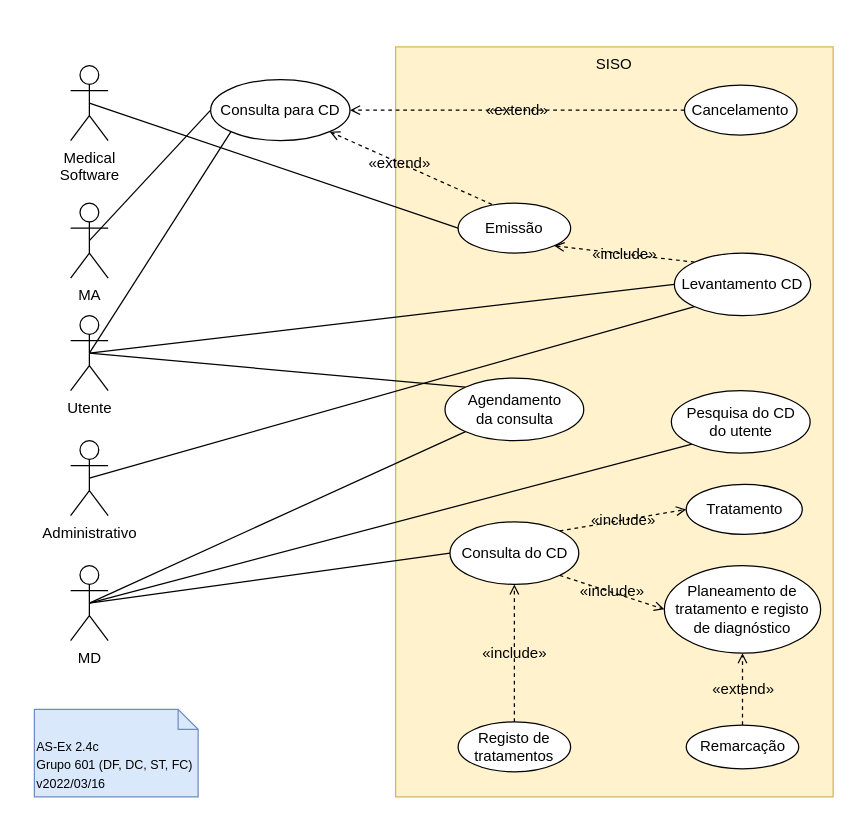
Before: page "2.4c" (3 of 3) of P/P2/P2.drawio in DavidAraujo98/AS, a draw.io diagram. Source tidied: cells renumbered, new cells numbered last; positions are measured from the earlier drawing's top-left corner, leaving out a move shared by most shapes. Both pictures are drawn from the tidied source at 125%, with x=0, y=0 at pixel (34, 46).
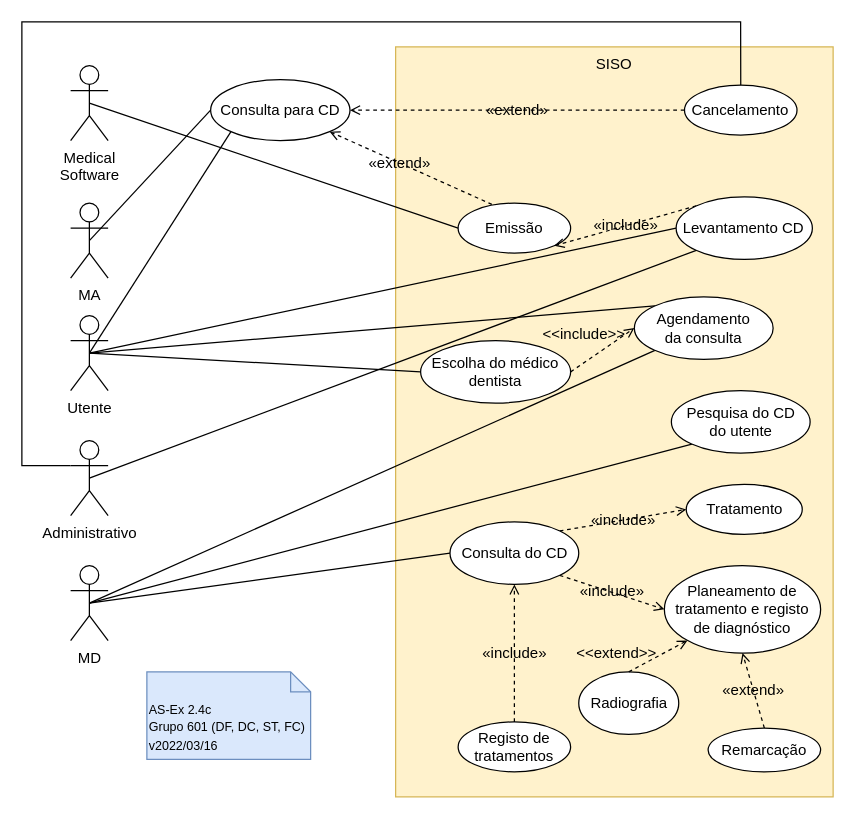
The same page after the edit.

The change refers to these unchanged cells:
```xml
<mxCell id="12" value="Utente" style="shape=umlActor;verticalLabelPosition=bottom;verticalAlign=top;html=1;outlineConnect=0;" parent="1" vertex="1">
  <mxGeometry x="29" y="215" width="30" height="60" as="geometry" />
</mxCell>
<mxCell id="18" value="Administrativo" style="shape=umlActor;verticalLabelPosition=bottom;verticalAlign=top;html=1;outlineConnect=0;fontSize=12;" parent="1" vertex="1">
  <mxGeometry x="29" y="315" width="30" height="60" as="geometry" />
</mxCell>
<mxCell id="21" value="Cancelamento" style="ellipse;whiteSpace=wrap;html=1;fontSize=12;" parent="1" vertex="1">
  <mxGeometry x="520.1" y="30.6" width="90" height="40" as="geometry" />
</mxCell>
<mxCell id="26" value="Planeamento de tratamento e registo de diagnóstico" style="ellipse;whiteSpace=wrap;html=1;fontSize=12;" parent="1" vertex="1">
  <mxGeometry x="504" y="415" width="125" height="70" as="geometry" />
</mxCell>
```

Change to the diagram source:
```diff
@@
     <mxCell id="23" value="Levantamento CD" style="ellipse;whiteSpace=wrap;html=1;fontSize=12;" parent="1" vertex="1">
-      <mxGeometry x="512" y="165" width="109" height="50" as="geometry" />
+      <mxGeometry x="513.4" y="120" width="109" height="50" as="geometry" />
     </mxCell>
     <mxCell id="24" value="Agendamento&lt;br&gt;da consulta" style="ellipse;whiteSpace=wrap;html=1;fontSize=12;" parent="1" vertex="1">
-      <mxGeometry x="328.5" y="265" width="111" height="50" as="geometry" />
+      <mxGeometry x="480" y="200" width="111" height="50" as="geometry" />
     </mxCell>
@@
     <mxCell id="34" value="Remarcação" style="ellipse;whiteSpace=wrap;html=1;fontSize=12;" parent="1" vertex="1">
-      <mxGeometry x="521.5" y="542.5" width="90" height="35" as="geometry" />
+      <mxGeometry x="539" y="545" width="90" height="35" as="geometry" />
     </mxCell>
     <mxCell id="35" value="&lt;font style=&quot;font-size: 10px&quot;&gt;AS-Ex 2.4c&lt;br&gt;Grupo 601 (DF, DC, ST, FC)&lt;br&gt;v2022/03/16&lt;/font&gt;" style="shape=note2;boundedLbl=1;whiteSpace=wrap;html=1;size=16;verticalAlign=top;align=left;fillColor=#dae8fc;strokeColor=#6c8ebf;" parent="1" vertex="1">
-      <mxGeometry y="530" width="131" height="70" as="geometry" />
+      <mxGeometry x="90" y="500" width="131" height="70" as="geometry" />
     </mxCell>
+    <mxCell id="36" value="Escolha do médico dentista" style="ellipse;whiteSpace=wrap;html=1;fontSize=12;" parent="1" vertex="1">
+      <mxGeometry x="309" y="235" width="120" height="50" as="geometry" />
+    </mxCell>
+    <mxCell id="37" style="endArrow=none;html=1;rounded=0;fontSize=12;exitX=0.5;exitY=0.5;exitDx=0;exitDy=0;exitPerimeter=0;entryX=0;entryY=0.5;entryDx=0;entryDy=0;" parent="1" edge="1" source="12" target="36">
+      <mxGeometry relative="1" as="geometry" />
+    </mxCell>
+    <mxCell id="38" style="endArrow=open;html=1;rounded=0;dashed=1;fontSize=12;exitX=1;exitY=0.5;exitDx=0;exitDy=0;entryX=0;entryY=0.5;entryDx=0;entryDy=0;endFill=0;" parent="1" edge="1" source="36" target="24">
+      <mxGeometry relative="1" as="geometry" />
+    </mxCell>
+    <mxCell id="39" value="&amp;lt;&amp;lt;include&amp;gt;&amp;gt;" style="text;html=1;strokeColor=none;fillColor=none;align=center;verticalAlign=middle;whiteSpace=wrap;rounded=0;fontSize=12;" parent="1" vertex="1">
+      <mxGeometry x="410" y="215" width="60" height="30" as="geometry" />
+    </mxCell>
+    <mxCell id="40" style="endArrow=none;html=1;rounded=0;fontSize=12;exitX=0;exitY=0.3333333333333333;exitDx=0;exitDy=0;exitPerimeter=0;entryX=0.5;entryY=0;entryDx=0;entryDy=0;" parent="1" edge="1" source="18" target="21">
+      <mxGeometry relative="1" as="geometry">
+        <Array as="points">
+          <mxPoint x="-10" y="335" />
+          <mxPoint x="-10" y="-20" />
+          <mxPoint x="565" y="-20" />
+        </Array>
+      </mxGeometry>
+    </mxCell>
+    <mxCell id="41" value="Radiografia" style="ellipse;whiteSpace=wrap;html=1;fontSize=12;" parent="1" vertex="1">
+      <mxGeometry x="435.5" y="500" width="80" height="50" as="geometry" />
+    </mxCell>
+    <mxCell id="42" style="endArrow=open;html=1;rounded=0;dashed=1;fontSize=12;exitX=0.5;exitY=0;exitDx=0;exitDy=0;entryX=0;entryY=1;entryDx=0;entryDy=0;endFill=0;" parent="1" edge="1" source="41" target="26">
+      <mxGeometry relative="1" as="geometry" />
+    </mxCell>
+    <mxCell id="43" value="&amp;lt;&amp;lt;extend&amp;gt;&amp;gt;" style="text;html=1;strokeColor=none;fillColor=none;align=center;verticalAlign=middle;whiteSpace=wrap;rounded=0;fontSize=12;" parent="1" vertex="1">
+      <mxGeometry x="435.5" y="470" width="60" height="30" as="geometry" />
+    </mxCell>
```
